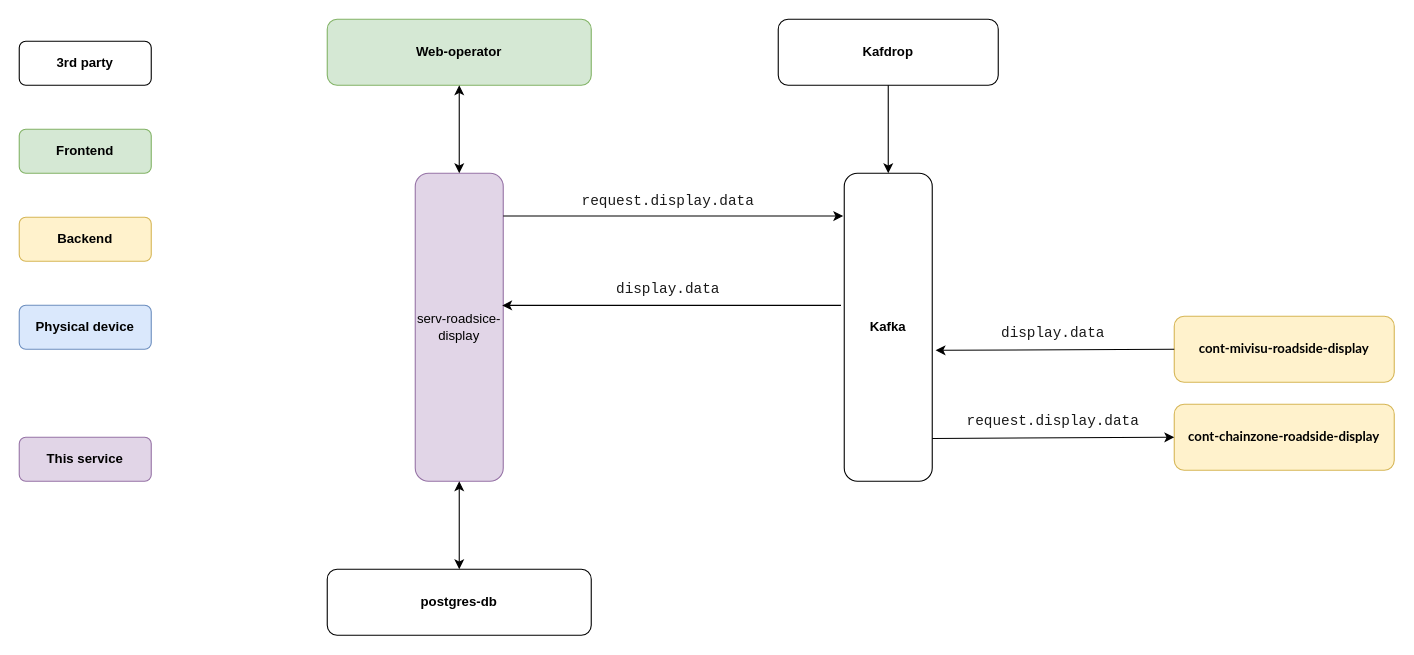
The draw.io diagram Untitled Diagram.drawio in theshysadec98/diagram_weather, before the edit. Source tidied: cells renumbered, new cells numbered last; positions are measured from the earlier drawing's top-left corner, leaving out a move shared by most shapes. Both pictures are drawn from the tidied source at 110%, with x=0, y=0 at pixel (19, 19).
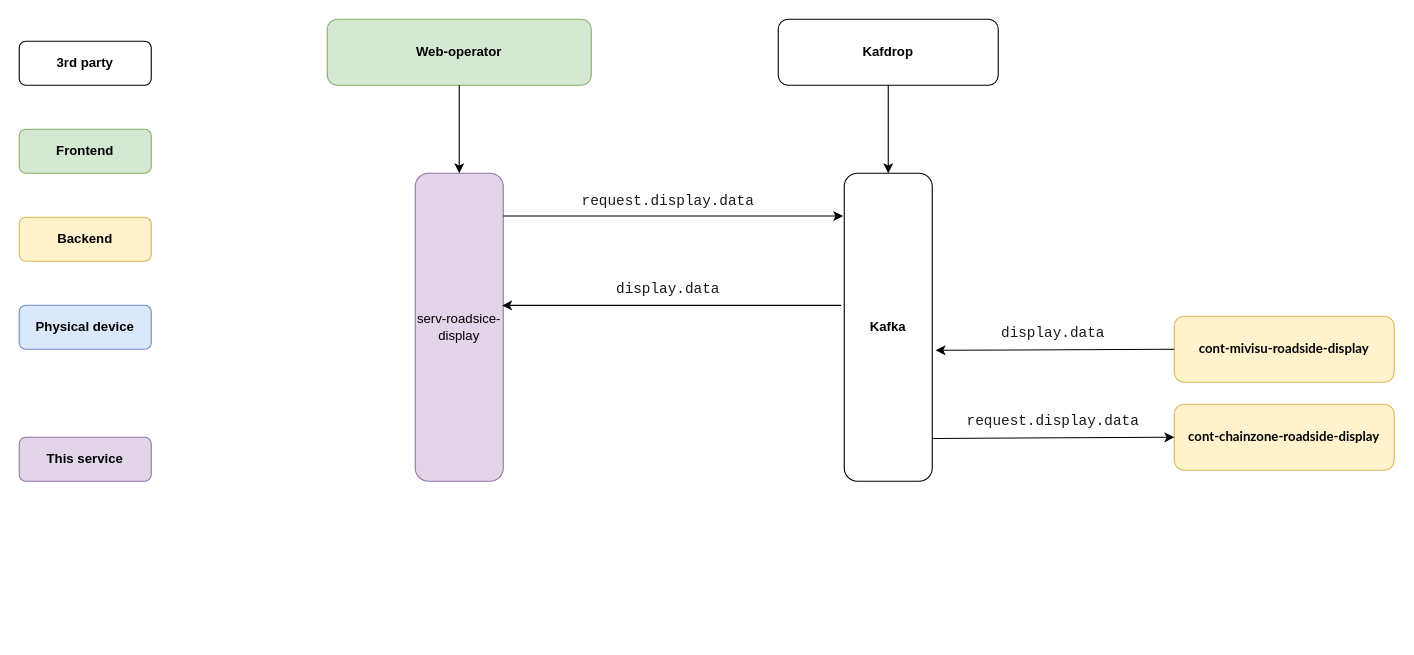
The same page after the edit.

Unchanged cells that the change refers to:
```xml
<mxCell id="12" value="serv-roadsice-display" style="rounded=1;whiteSpace=wrap;html=1;fillColor=#e1d5e7;strokeColor=#9673a6;" parent="1" vertex="1">
  <mxGeometry x="360" y="140" width="80" height="280" as="geometry" />
</mxCell>
<mxCell id="15" value="&lt;b&gt;Web-operator&lt;/b&gt;" style="rounded=1;whiteSpace=wrap;html=1;fillColor=#d5e8d4;strokeColor=#82b366;" parent="1" vertex="1">
  <mxGeometry x="280" width="240" height="60" as="geometry" />
</mxCell>
```

Diff of the diagram source:
```diff
@@
-    <mxCell id="13" value="&lt;b&gt;postgres-db&lt;/b&gt;" style="rounded=1;whiteSpace=wrap;html=1;" parent="1" vertex="1">
-      <mxGeometry x="280" y="500" width="240" height="60" as="geometry" />
-    </mxCell>
@@
-    <mxCell id="16" style="endArrow=classic;startArrow=classic;html=1;rounded=0;entryX=0.5;entryY=1;entryDx=0;entryDy=0;exitX=0.5;exitY=0;exitDx=0;exitDy=0;" parent="1" edge="1" source="12" target="15">
-      <mxGeometry relative="1" as="geometry" />
-    </mxCell>
-    <mxCell id="17" style="endArrow=classic;startArrow=classic;html=1;rounded=0;exitX=0.5;exitY=0;exitDx=0;exitDy=0;entryX=0.5;entryY=1;entryDx=0;entryDy=0;" parent="1" edge="1" source="13" target="12">
-      <mxGeometry relative="1" as="geometry" />
-    </mxCell>
@@
+    <mxCell id="25" style="endArrow=classic;html=1;rounded=0;fontSize=12;exitX=0.5;exitY=1;exitDx=0;exitDy=0;entryX=0.5;entryY=0;entryDx=0;entryDy=0;" parent="1" edge="1" source="15" target="12">
+      <mxGeometry relative="1" as="geometry" />
+    </mxCell>
```
